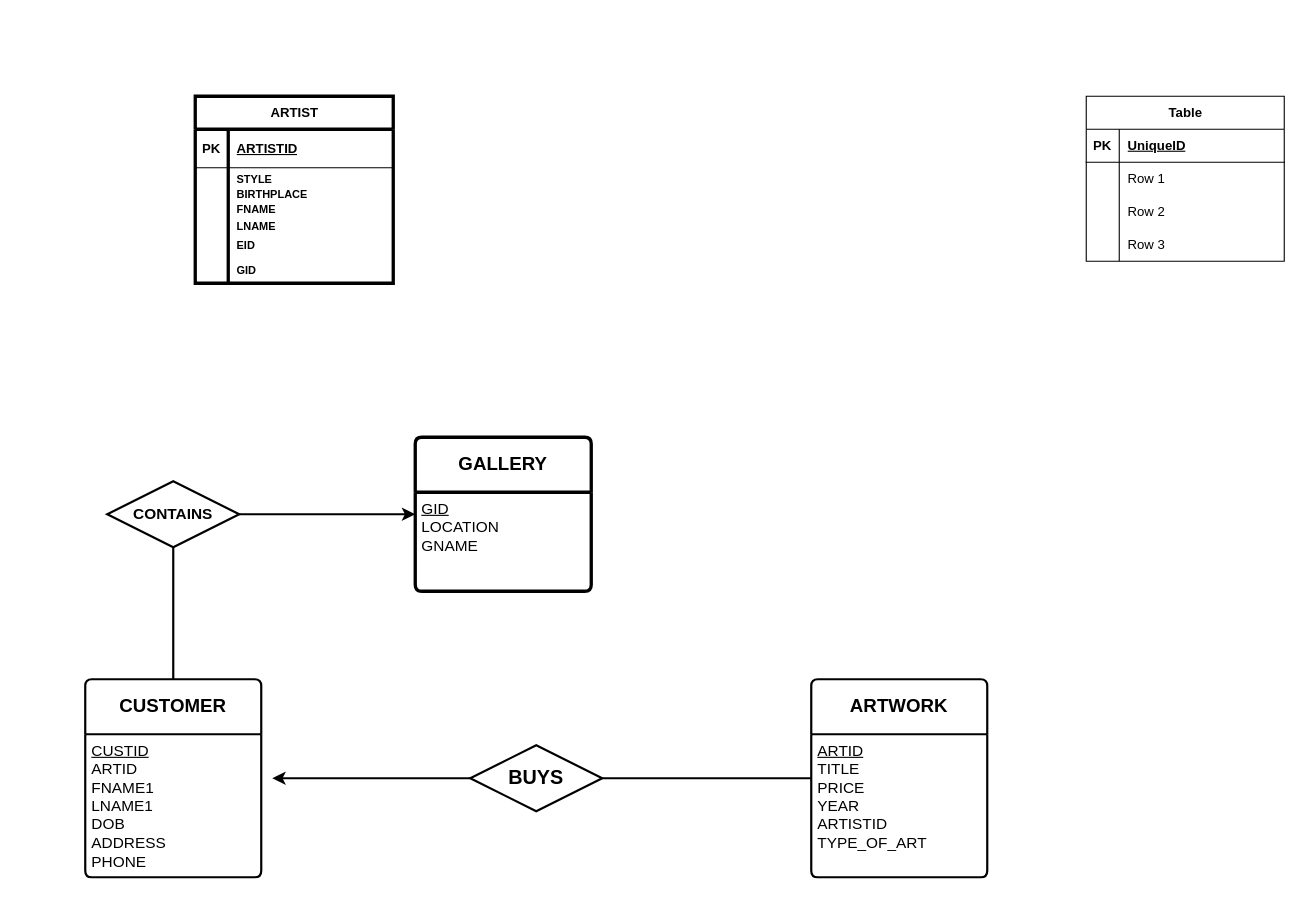
lalitdhimanth/4sem keeps this draw.io diagram as NEWDiagram.drawio. Above is the earlier version. Source tidied: cells renumbered, new cells numbered last; positions are measured from the earlier drawing's top-left corner, leaving out a move shared by most shapes. Both pictures are drawn from the tidied source at 110%, with x=0, y=0 at pixel (19, 19).
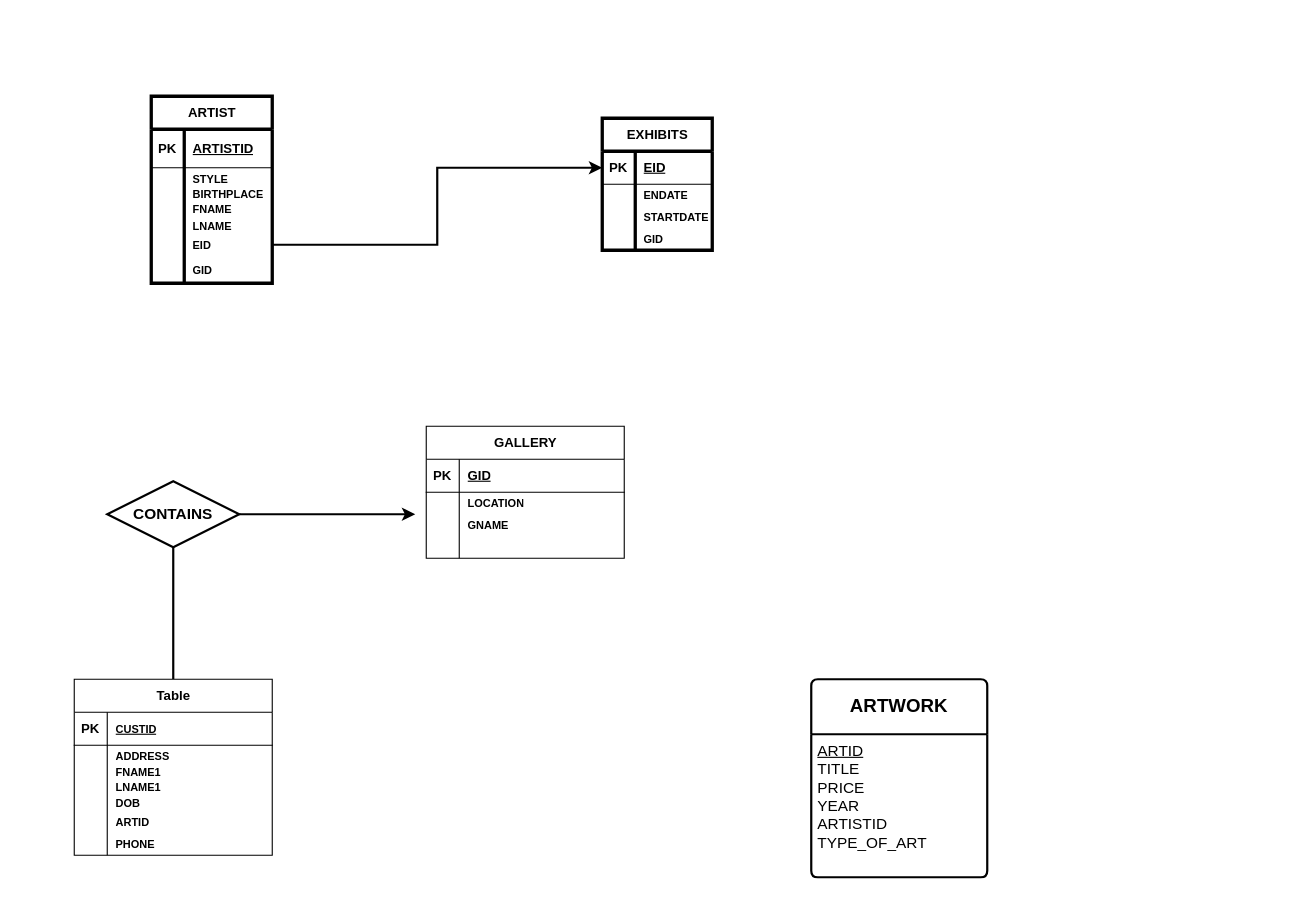
The same page after the edit.

Unchanged cells that the change refers to:
```xml
<mxCell id="5" value="&lt;font style=&quot;font-size: 14px;&quot;&gt;&lt;b&gt;CONTAINS&lt;/b&gt;&lt;/font&gt;" style="shape=rhombus;perimeter=rhombusPerimeter;whiteSpace=wrap;html=1;align=center;strokeWidth=2;" parent="1" vertex="1">
  <mxGeometry x="80" y="420" width="120" height="60" as="geometry" />
</mxCell>
<mxCell id="8" value="&lt;font style=&quot;font-size: 17px;&quot;&gt;&lt;b&gt;ARTWORK&lt;/b&gt;&lt;/font&gt;" style="swimlane;horizontal=1;startSize=50;rounded=1;fontSize=14;fontStyle=0;strokeWidth=2;shadow=0;dashed=0;align=center;arcSize=4;whiteSpace=wrap;html=1;" parent="1" vertex="1">
  <mxGeometry x="720" y="600" width="160" height="180" as="geometry" />
</mxCell>
```

Change to the diagram source:
```diff
@@
-    <mxCell id="2" value="&lt;b&gt;&lt;font style=&quot;font-size: 17px;&quot;&gt;GALLERY&lt;/font&gt;&lt;/b&gt;" style="swimlane;horizontal=1;startSize=50;rounded=1;fontSize=14;fontStyle=0;strokeWidth=3;shadow=0;dashed=0;align=center;arcSize=4;whiteSpace=wrap;html=1;" parent="1" vertex="1">
-      <mxGeometry x="360" y="380" width="160" height="140" as="geometry" />
-    </mxCell>
-    <mxCell id="3" value="&lt;font style=&quot;font-size: 14px;&quot;&gt;&lt;u&gt;GID&lt;/u&gt;&lt;/font&gt;&lt;div&gt;&lt;font style=&quot;font-size: 14px;&quot;&gt;LOCATION&lt;/font&gt;&lt;/div&gt;&lt;div&gt;&lt;font style=&quot;font-size: 14px;&quot;&gt;GNAME&lt;/font&gt;&lt;/div&gt;" style="align=left;strokeColor=none;fillColor=none;spacingLeft=4;fontSize=12;verticalAlign=top;html=1;" parent="2" vertex="1">
-      <mxGeometry y="50" width="160" height="90" as="geometry" />
-    </mxCell>
-    <mxCell id="4" style="edgeStyle=orthogonalEdgeStyle;rounded=0;jettySize=auto;html=1;entryX=0;entryY=0.5;entryDx=0;entryDy=0;strokeWidth=2;" parent="1" edge="1" source="5" target="2">
-      <mxGeometry relative="1" as="geometry" />
+    <mxCell id="4" style="edgeStyle=orthogonalEdgeStyle;rounded=0;jettySize=auto;html=1;entryX=0;entryY=0.5;entryDx=0;entryDy=0;strokeWidth=2;" parent="1" edge="1" source="5">
+      <mxGeometry relative="1" as="geometry">
+        <mxPoint x="360" y="450" as="targetPoint" />
+      </mxGeometry>
     </mxCell>
@@
-    <mxCell id="6" value="&lt;font style=&quot;font-size: 17px;&quot;&gt;&lt;b&gt;CUSTOMER&lt;/b&gt;&lt;/font&gt;" style="swimlane;horizontal=1;startSize=50;rounded=1;fontSize=14;fontStyle=0;strokeWidth=2;shadow=0;dashed=0;align=center;arcSize=4;whiteSpace=wrap;html=1;" parent="1" vertex="1">
-      <mxGeometry x="60" y="600" width="160" height="180" as="geometry" />
-    </mxCell>
-    <mxCell id="7" value="&lt;span style=&quot;font-size: 14px;&quot;&gt;&lt;u&gt;CUSTID&lt;/u&gt;&lt;/span&gt;&lt;div&gt;&lt;span style=&quot;font-size: 14px;&quot;&gt;ARTID&lt;/span&gt;&lt;/div&gt;&lt;div&gt;&lt;span style=&quot;font-size: 14px;&quot;&gt;FNAME1&lt;/span&gt;&lt;/div&gt;&lt;div&gt;&lt;span style=&quot;font-size: 14px;&quot;&gt;LNAME1&lt;/span&gt;&lt;/div&gt;&lt;div&gt;&lt;span style=&quot;font-size: 14px;&quot;&gt;DOB&lt;/span&gt;&lt;/div&gt;&lt;div&gt;&lt;span style=&quot;font-size: 14px;&quot;&gt;ADDRESS&lt;/span&gt;&lt;/div&gt;&lt;div&gt;&lt;span style=&quot;font-size: 14px;&quot;&gt;PHONE&lt;/span&gt;&lt;/div&gt;" style="align=left;strokeColor=none;fillColor=none;spacingLeft=4;fontSize=12;verticalAlign=top;html=1;" parent="6" vertex="1">
-      <mxGeometry y="50" width="160" height="130" as="geometry" />
-    </mxCell>
@@
-    <mxCell id="10" style="edgeStyle=orthogonalEdgeStyle;rounded=0;jettySize=auto;html=1;strokeWidth=2;" parent="1" edge="1" source="11">
-      <mxGeometry relative="1" as="geometry">
-        <mxPoint x="230" y="690" as="targetPoint" />
-      </mxGeometry>
-    </mxCell>
-    <mxCell id="11" value="&lt;span style=&quot;font-size: 18px;&quot;&gt;&lt;b&gt;BUYS&lt;/b&gt;&lt;/span&gt;" style="shape=rhombus;perimeter=rhombusPerimeter;whiteSpace=wrap;html=1;align=center;strokeWidth=2;" parent="1" vertex="1">
-      <mxGeometry x="410" y="660" width="120" height="60" as="geometry" />
-    </mxCell>
-    <mxCell id="12" style="endArrow=none;html=1;rounded=0;exitX=1;exitY=0.5;exitDx=0;exitDy=0;entryX=0;entryY=0.5;entryDx=0;entryDy=0;strokeWidth=2;" parent="1" edge="1" source="11" target="8">
-      <mxGeometry relative="1" as="geometry" />
-    </mxCell>
-    <mxCell id="13" style="endArrow=none;html=1;rounded=0;entryX=0.5;entryY=0;entryDx=0;entryDy=0;exitX=0.5;exitY=1;exitDx=0;exitDy=0;strokeWidth=2;" parent="1" edge="1" source="5" target="6">
-      <mxGeometry relative="1" as="geometry" />
+    <mxCell id="13" style="endArrow=none;html=1;rounded=0;entryX=0.5;entryY=0;entryDx=0;entryDy=0;exitX=0.5;exitY=1;exitDx=0;exitDy=0;strokeWidth=2;" parent="1" edge="1" source="5">
+      <mxGeometry relative="1" as="geometry">
+        <mxPoint x="140" y="600" as="targetPoint" />
+      </mxGeometry>
     </mxCell>
@@
     <mxCell id="15" value="ARTIST" style="shape=table;startSize=30;childLayout=tableLayout;rowLines=0;fontStyle=1;align=center;html=1;strokeWidth=3;" parent="1" vertex="1">
-      <mxGeometry x="160" y="70" width="180" height="170" as="geometry" />
+      <mxGeometry x="120" y="70" width="110" height="170" as="geometry" />
     </mxCell>
     <mxCell id="16" style="shape=tableRow;horizontal=0;startSize=0;swimlaneHead=0;swimlaneBody=0;fillColor=none;top=0;left=0;right=0;bottom=1;" parent="15" vertex="1">
-      <mxGeometry y="30" width="180" height="35" as="geometry" />
+      <mxGeometry y="30" width="110" height="35" as="geometry" />
     </mxCell>
@@
     <mxCell id="18" value="ARTISTID" style="shape=partialRectangle;fillColor=none;top=0;left=0;bottom=0;right=0;align=left;spacingLeft=6;fontStyle=5;overflow=hidden;whiteSpace=wrap;html=1;" parent="16" vertex="1">
-      <mxGeometry x="30" width="150" height="35" as="geometry" />
+      <mxGeometry x="30" width="80" height="35" as="geometry" />
     </mxCell>
     <mxCell id="19" style="shape=tableRow;horizontal=0;startSize=0;swimlaneHead=0;swimlaneBody=0;fillColor=none;top=0;left=0;right=0;bottom=0;swimlaneLine=1;rounded=0;flipH=0;" parent="15" vertex="1">
-      <mxGeometry y="65" width="180" height="60" as="geometry" />
+      <mxGeometry y="65" width="110" height="60" as="geometry" />
     </mxCell>
@@
     <mxCell id="21" value="&lt;div style=&quot;text-wrap: nowrap;&quot;&gt;&lt;font style=&quot;font-size: 10px;&quot;&gt;&lt;b&gt;STYLE&lt;/b&gt;&lt;/font&gt;&lt;/div&gt;&lt;div style=&quot;text-wrap: nowrap;&quot;&gt;&lt;font style=&quot;font-size: 10px;&quot;&gt;&lt;b&gt;BIRTHPLACE&lt;/b&gt;&lt;/font&gt;&lt;/div&gt;&lt;div style=&quot;text-wrap: nowrap;&quot;&gt;&lt;font style=&quot;font-size: 10px;&quot;&gt;&lt;b&gt;FNAME&lt;/b&gt;&lt;/font&gt;&lt;/div&gt;&lt;div style=&quot;text-wrap: nowrap;&quot;&gt;&lt;font style=&quot;font-size: 10px;&quot;&gt;&lt;b&gt;LNAME&lt;/b&gt;&lt;/font&gt;&lt;/div&gt;" style="shape=partialRectangle;fillColor=none;top=0;left=0;bottom=0;right=0;align=left;spacingLeft=6;overflow=hidden;whiteSpace=wrap;html=1;" parent="19" vertex="1">
-      <mxGeometry x="30" width="150" height="60" as="geometry" />
+      <mxGeometry x="30" width="80" height="60" as="geometry" />
     </mxCell>
     <mxCell id="22" style="shape=tableRow;horizontal=0;startSize=0;swimlaneHead=0;swimlaneBody=0;fillColor=none;points=[[0,0.5],[1,0.5]];portConstraint=eastwest;top=0;left=0;right=0;bottom=0;" parent="15" vertex="1">
-      <mxGeometry y="125" width="180" height="20" as="geometry" />
+      <mxGeometry y="125" width="110" height="20" as="geometry" />
     </mxCell>
@@
     <mxCell id="24" value="&lt;font style=&quot;font-size: 10px;&quot;&gt;&lt;b&gt;EID&lt;/b&gt;&lt;/font&gt;" style="shape=partialRectangle;fillColor=none;top=0;left=0;bottom=0;right=0;align=left;spacingLeft=6;overflow=hidden;whiteSpace=wrap;html=1;" parent="22" vertex="1">
-      <mxGeometry x="30" width="150" height="20" as="geometry" />
+      <mxGeometry x="30" width="80" height="20" as="geometry" />
     </mxCell>
     <mxCell id="25" style="shape=tableRow;horizontal=0;startSize=0;swimlaneHead=0;swimlaneBody=0;fillColor=none;top=0;left=0;right=0;bottom=0;" parent="15" vertex="1">
-      <mxGeometry y="145" width="180" height="25" as="geometry" />
+      <mxGeometry y="145" width="110" height="25" as="geometry" />
     </mxCell>
@@
     <mxCell id="27" value="&lt;font style=&quot;font-size: 10px;&quot;&gt;&lt;b&gt;GID&lt;/b&gt;&lt;/font&gt;" style="shape=partialRectangle;fillColor=none;top=0;left=0;bottom=0;right=0;align=left;spacingLeft=6;overflow=hidden;whiteSpace=wrap;html=1;" parent="25" vertex="1">
-      <mxGeometry x="30" width="150" height="25" as="geometry" />
+      <mxGeometry x="30" width="80" height="25" as="geometry" />
     </mxCell>
-    <mxCell id="28" value="Table" style="shape=table;startSize=30;childLayout=tableLayout;rowLines=0;fontStyle=1;align=center;html=1;" parent="1" vertex="1">
-      <mxGeometry x="970" y="70" width="180" height="150" as="geometry" />
+    <mxCell id="28" value="EXHIBITS" style="shape=table;startSize=30;childLayout=tableLayout;rowLines=0;fontStyle=1;align=center;html=1;strokeWidth=3;" parent="1" vertex="1">
+      <mxGeometry x="530" y="90" width="100" height="120" as="geometry" />
     </mxCell>
     <mxCell id="29" style="shape=tableRow;horizontal=0;startSize=0;swimlaneHead=0;swimlaneBody=0;fillColor=none;points=[[0,0.5],[1,0.5]];portConstraint=eastwest;top=0;left=0;right=0;bottom=1;" parent="28" vertex="1">
-      <mxGeometry y="30" width="180" height="30" as="geometry" />
+      <mxGeometry y="30" width="100" height="30" as="geometry" />
     </mxCell>
@@
-    <mxCell id="31" value="UniqueID" style="shape=partialRectangle;fillColor=none;top=0;left=0;bottom=0;right=0;align=left;spacingLeft=6;fontStyle=5;overflow=hidden;whiteSpace=wrap;html=1;" parent="29" vertex="1">
-      <mxGeometry x="30" width="150" height="30" as="geometry" />
+    <mxCell id="31" value="EID" style="shape=partialRectangle;fillColor=none;top=0;left=0;bottom=0;right=0;align=left;spacingLeft=6;fontStyle=5;overflow=hidden;whiteSpace=wrap;html=1;" parent="29" vertex="1">
+      <mxGeometry x="30" width="70" height="30" as="geometry" />
     </mxCell>
     <mxCell id="32" style="shape=tableRow;horizontal=0;startSize=0;swimlaneHead=0;swimlaneBody=0;fillColor=none;top=0;left=0;right=0;bottom=0;" parent="28" vertex="1">
-      <mxGeometry y="60" width="180" height="30" as="geometry" />
+      <mxGeometry y="60" width="100" height="20" as="geometry" />
     </mxCell>
     <mxCell id="33" style="shape=partialRectangle;fillColor=none;top=0;left=0;bottom=0;right=0;overflow=hidden;whiteSpace=wrap;html=1;" parent="32" vertex="1">
-      <mxGeometry width="30" height="30" as="geometry" />
+      <mxGeometry width="30" height="20" as="geometry" />
     </mxCell>
-    <mxCell id="34" value="Row 1" style="shape=partialRectangle;fillColor=none;top=0;left=0;bottom=0;right=0;align=left;spacingLeft=6;overflow=hidden;whiteSpace=wrap;html=1;" parent="32" vertex="1">
-      <mxGeometry x="30" width="150" height="30" as="geometry" />
+    <mxCell id="34" value="&lt;div style=&quot;text-wrap: nowrap;&quot;&gt;&lt;font style=&quot;font-size: 10px;&quot;&gt;&lt;b&gt;ENDATE&lt;/b&gt;&lt;/font&gt;&lt;/div&gt;" style="shape=partialRectangle;fillColor=none;top=0;left=0;bottom=0;right=0;align=left;spacingLeft=6;overflow=hidden;whiteSpace=wrap;html=1;" parent="32" vertex="1">
+      <mxGeometry x="30" width="70" height="20" as="geometry" />
     </mxCell>
     <mxCell id="35" style="shape=tableRow;horizontal=0;startSize=0;swimlaneHead=0;swimlaneBody=0;fillColor=none;top=0;left=0;right=0;bottom=0;" parent="28" vertex="1">
-      <mxGeometry y="90" width="180" height="30" as="geometry" />
+      <mxGeometry y="80" width="100" height="20" as="geometry" />
     </mxCell>
     <mxCell id="36" style="shape=partialRectangle;fillColor=none;top=0;left=0;bottom=0;right=0;overflow=hidden;whiteSpace=wrap;html=1;" parent="35" vertex="1">
-      <mxGeometry width="30" height="30" as="geometry" />
+      <mxGeometry width="30" height="20" as="geometry" />
     </mxCell>
-    <mxCell id="37" value="Row 2" style="shape=partialRectangle;fillColor=none;top=0;left=0;bottom=0;right=0;align=left;spacingLeft=6;overflow=hidden;whiteSpace=wrap;html=1;" parent="35" vertex="1">
-      <mxGeometry x="30" width="150" height="30" as="geometry" />
+    <mxCell id="37" value="&lt;font style=&quot;font-size: 10px;&quot;&gt;&lt;b&gt;STARTDATE&lt;/b&gt;&lt;/font&gt;" style="shape=partialRectangle;fillColor=none;top=0;left=0;bottom=0;right=0;align=left;spacingLeft=6;overflow=hidden;whiteSpace=wrap;html=1;" parent="35" vertex="1">
+      <mxGeometry x="30" width="70" height="20" as="geometry" />
     </mxCell>
     <mxCell id="38" style="shape=tableRow;horizontal=0;startSize=0;swimlaneHead=0;swimlaneBody=0;fillColor=none;top=0;left=0;right=0;bottom=0;" parent="28" vertex="1">
-      <mxGeometry y="120" width="180" height="30" as="geometry" />
+      <mxGeometry y="100" width="100" height="20" as="geometry" />
     </mxCell>
     <mxCell id="39" style="shape=partialRectangle;fillColor=none;top=0;left=0;bottom=0;right=0;overflow=hidden;whiteSpace=wrap;html=1;" parent="38" vertex="1">
-      <mxGeometry width="30" height="30" as="geometry" />
+      <mxGeometry width="30" height="20" as="geometry" />
     </mxCell>
-    <mxCell id="40" value="Row 3" style="shape=partialRectangle;fillColor=none;top=0;left=0;bottom=0;right=0;align=left;spacingLeft=6;overflow=hidden;whiteSpace=wrap;html=1;" parent="38" vertex="1">
-      <mxGeometry x="30" width="150" height="30" as="geometry" />
+    <mxCell id="40" value="&lt;font style=&quot;font-size: 10px;&quot;&gt;&lt;b&gt;GID&lt;/b&gt;&lt;/font&gt;" style="shape=partialRectangle;fillColor=none;top=0;left=0;bottom=0;right=0;align=left;spacingLeft=6;overflow=hidden;whiteSpace=wrap;html=1;" parent="38" vertex="1">
+      <mxGeometry x="30" width="70" height="20" as="geometry" />
     </mxCell>
+    <mxCell id="41" style="edgeStyle=orthogonalEdgeStyle;rounded=0;jettySize=auto;html=1;entryX=0;entryY=0.5;entryDx=0;entryDy=0;strokeWidth=2;" parent="1" edge="1" source="22" target="29">
+      <mxGeometry relative="1" as="geometry" />
+    </mxCell>
+    <mxCell id="2" value="GALLERY" style="shape=table;startSize=30;childLayout=tableLayout;rowLines=0;fontStyle=1;align=center;html=1;" parent="1" vertex="1">
+      <mxGeometry x="370" y="370" width="180" height="120" as="geometry" />
+    </mxCell>
+    <mxCell id="42" style="shape=tableRow;horizontal=0;startSize=0;swimlaneHead=0;swimlaneBody=0;fillColor=none;top=0;left=0;right=0;bottom=1;" parent="2" vertex="1">
+      <mxGeometry y="30" width="180" height="30" as="geometry" />
+    </mxCell>
+    <mxCell id="43" value="PK" style="shape=partialRectangle;fillColor=none;top=0;left=0;bottom=0;right=0;fontStyle=1;overflow=hidden;whiteSpace=wrap;html=1;" parent="42" vertex="1">
+      <mxGeometry width="30" height="30" as="geometry" />
+    </mxCell>
+    <mxCell id="44" value="GID" style="shape=partialRectangle;fillColor=none;top=0;left=0;bottom=0;right=0;align=left;spacingLeft=6;fontStyle=5;overflow=hidden;whiteSpace=wrap;html=1;" parent="42" vertex="1">
+      <mxGeometry x="30" width="150" height="30" as="geometry" />
+    </mxCell>
+    <mxCell id="45" style="shape=tableRow;horizontal=0;startSize=0;swimlaneHead=0;swimlaneBody=0;fillColor=none;top=0;left=0;right=0;bottom=0;" parent="2" vertex="1">
+      <mxGeometry y="60" width="180" height="20" as="geometry" />
+    </mxCell>
+    <mxCell id="46" style="shape=partialRectangle;fillColor=none;top=0;left=0;bottom=0;right=0;overflow=hidden;whiteSpace=wrap;html=1;" parent="45" vertex="1">
+      <mxGeometry width="30" height="20" as="geometry" />
+    </mxCell>
+    <mxCell id="47" value="&lt;b&gt;&lt;font style=&quot;font-size: 10px;&quot;&gt;LOCATION&lt;/font&gt;&lt;/b&gt;" style="shape=partialRectangle;fillColor=none;top=0;left=0;bottom=0;right=0;align=left;spacingLeft=6;overflow=hidden;whiteSpace=wrap;html=1;" parent="45" vertex="1">
+      <mxGeometry x="30" width="150" height="20" as="geometry" />
+    </mxCell>
+    <mxCell id="48" style="shape=tableRow;horizontal=0;startSize=0;swimlaneHead=0;swimlaneBody=0;fillColor=none;top=0;left=0;right=0;bottom=0;" parent="2" vertex="1">
+      <mxGeometry y="80" width="180" height="20" as="geometry" />
+    </mxCell>
+    <mxCell id="49" style="shape=partialRectangle;fillColor=none;top=0;left=0;bottom=0;right=0;overflow=hidden;whiteSpace=wrap;html=1;" parent="48" vertex="1">
+      <mxGeometry width="30" height="20" as="geometry" />
+    </mxCell>
+    <mxCell id="50" value="&lt;b&gt;&lt;font style=&quot;font-size: 10px;&quot;&gt;GNAME&lt;/font&gt;&lt;/b&gt;" style="shape=partialRectangle;fillColor=none;top=0;left=0;bottom=0;right=0;align=left;spacingLeft=6;overflow=hidden;whiteSpace=wrap;html=1;" parent="48" vertex="1">
+      <mxGeometry x="30" width="150" height="20" as="geometry" />
+    </mxCell>
+    <mxCell id="51" style="shape=tableRow;horizontal=0;startSize=0;swimlaneHead=0;swimlaneBody=0;fillColor=none;top=0;left=0;right=0;bottom=0;" parent="2" vertex="1">
+      <mxGeometry y="100" width="180" height="20" as="geometry" />
+    </mxCell>
+    <mxCell id="52" style="shape=partialRectangle;fillColor=none;top=0;left=0;bottom=0;right=0;overflow=hidden;whiteSpace=wrap;html=1;" parent="51" vertex="1">
+      <mxGeometry width="30" height="20" as="geometry" />
+    </mxCell>
+    <mxCell id="53" style="shape=partialRectangle;fillColor=none;top=0;left=0;bottom=0;right=0;align=left;spacingLeft=6;overflow=hidden;whiteSpace=wrap;html=1;" parent="51" vertex="1">
+      <mxGeometry x="30" width="150" height="20" as="geometry" />
+    </mxCell>
+    <mxCell id="54" value="Table" style="shape=table;startSize=30;childLayout=tableLayout;rowLines=0;fontStyle=1;align=center;html=1;" parent="1" vertex="1">
+      <mxGeometry x="50" y="600" width="180" height="160" as="geometry" />
+    </mxCell>
+    <mxCell id="55" style="shape=tableRow;horizontal=0;startSize=0;swimlaneHead=0;swimlaneBody=0;fillColor=none;top=0;left=0;right=0;bottom=1;" parent="54" vertex="1">
+      <mxGeometry y="30" width="180" height="30" as="geometry" />
+    </mxCell>
+    <mxCell id="56" value="PK" style="shape=partialRectangle;fillColor=none;top=0;left=0;bottom=0;right=0;fontStyle=1;overflow=hidden;whiteSpace=wrap;html=1;" parent="55" vertex="1">
+      <mxGeometry width="30" height="30" as="geometry" />
+    </mxCell>
+    <mxCell id="57" value="&lt;font style=&quot;font-size: 10px;&quot;&gt;CUSTID&lt;/font&gt;" style="shape=partialRectangle;fillColor=none;top=0;left=0;bottom=0;right=0;align=left;spacingLeft=6;fontStyle=5;overflow=hidden;whiteSpace=wrap;html=1;" parent="55" vertex="1">
+      <mxGeometry x="30" width="150" height="30" as="geometry" />
+    </mxCell>
+    <mxCell id="58" style="shape=tableRow;horizontal=0;startSize=0;swimlaneHead=0;swimlaneBody=0;fillColor=none;top=0;left=0;right=0;bottom=0;" parent="54" vertex="1">
+      <mxGeometry y="60" width="180" height="60" as="geometry" />
+    </mxCell>
+    <mxCell id="59" style="shape=partialRectangle;fillColor=none;top=0;left=0;bottom=0;right=0;overflow=hidden;whiteSpace=wrap;html=1;" parent="58" vertex="1">
+      <mxGeometry width="30" height="60" as="geometry" />
+    </mxCell>
+    <mxCell id="60" value="&lt;div style=&quot;text-wrap: nowrap;&quot;&gt;&lt;font size=&quot;1&quot;&gt;&lt;b&gt;ADDRESS&lt;/b&gt;&lt;/font&gt;&lt;/div&gt;&lt;div style=&quot;text-wrap: nowrap;&quot;&gt;&lt;font size=&quot;1&quot; style=&quot;&quot;&gt;&lt;b style=&quot;&quot;&gt;FNAME1&lt;/b&gt;&lt;/font&gt;&lt;/div&gt;&lt;div style=&quot;text-wrap: nowrap;&quot;&gt;&lt;font size=&quot;1&quot; style=&quot;&quot;&gt;&lt;b style=&quot;&quot;&gt;LNAME1&lt;/b&gt;&lt;/font&gt;&lt;/div&gt;&lt;div style=&quot;text-wrap: nowrap;&quot;&gt;&lt;font size=&quot;1&quot; style=&quot;&quot;&gt;&lt;b style=&quot;&quot;&gt;DOB&lt;/b&gt;&lt;/font&gt;&lt;/div&gt;" style="shape=partialRectangle;fillColor=none;top=0;left=0;bottom=0;right=0;align=left;spacingLeft=6;overflow=hidden;whiteSpace=wrap;html=1;" parent="58" vertex="1">
+      <mxGeometry x="30" width="150" height="60" as="geometry" />
+    </mxCell>
+    <mxCell id="61" style="shape=tableRow;horizontal=0;startSize=0;swimlaneHead=0;swimlaneBody=0;fillColor=none;top=0;left=0;right=0;bottom=0;" parent="54" vertex="1">
+      <mxGeometry y="120" width="180" height="20" as="geometry" />
+    </mxCell>
+    <mxCell id="62" style="shape=partialRectangle;fillColor=none;top=0;left=0;bottom=0;right=0;overflow=hidden;whiteSpace=wrap;html=1;" parent="61" vertex="1">
+      <mxGeometry width="30" height="20" as="geometry" />
+    </mxCell>
+    <mxCell id="63" value="&lt;font style=&quot;font-size: 10px;&quot;&gt;&lt;b&gt;ARTID&lt;/b&gt;&lt;/font&gt;" style="shape=partialRectangle;fillColor=none;top=0;left=0;bottom=0;right=0;align=left;spacingLeft=6;overflow=hidden;whiteSpace=wrap;html=1;" parent="61" vertex="1">
+      <mxGeometry x="30" width="150" height="20" as="geometry" />
+    </mxCell>
+    <mxCell id="64" style="shape=tableRow;horizontal=0;startSize=0;swimlaneHead=0;swimlaneBody=0;fillColor=none;top=0;left=0;right=0;bottom=0;" parent="54" vertex="1">
+      <mxGeometry y="140" width="180" height="20" as="geometry" />
+    </mxCell>
+    <mxCell id="65" style="shape=partialRectangle;fillColor=none;top=0;left=0;bottom=0;right=0;overflow=hidden;whiteSpace=wrap;html=1;" parent="64" vertex="1">
+      <mxGeometry width="30" height="20" as="geometry" />
+    </mxCell>
+    <mxCell id="66" value="&lt;b&gt;&lt;font style=&quot;font-size: 10px;&quot;&gt;PHONE&lt;/font&gt;&lt;/b&gt;" style="shape=partialRectangle;fillColor=none;top=0;left=0;bottom=0;right=0;align=left;spacingLeft=6;overflow=hidden;whiteSpace=wrap;html=1;" parent="64" vertex="1">
+      <mxGeometry x="30" width="150" height="20" as="geometry" />
+    </mxCell>
```
